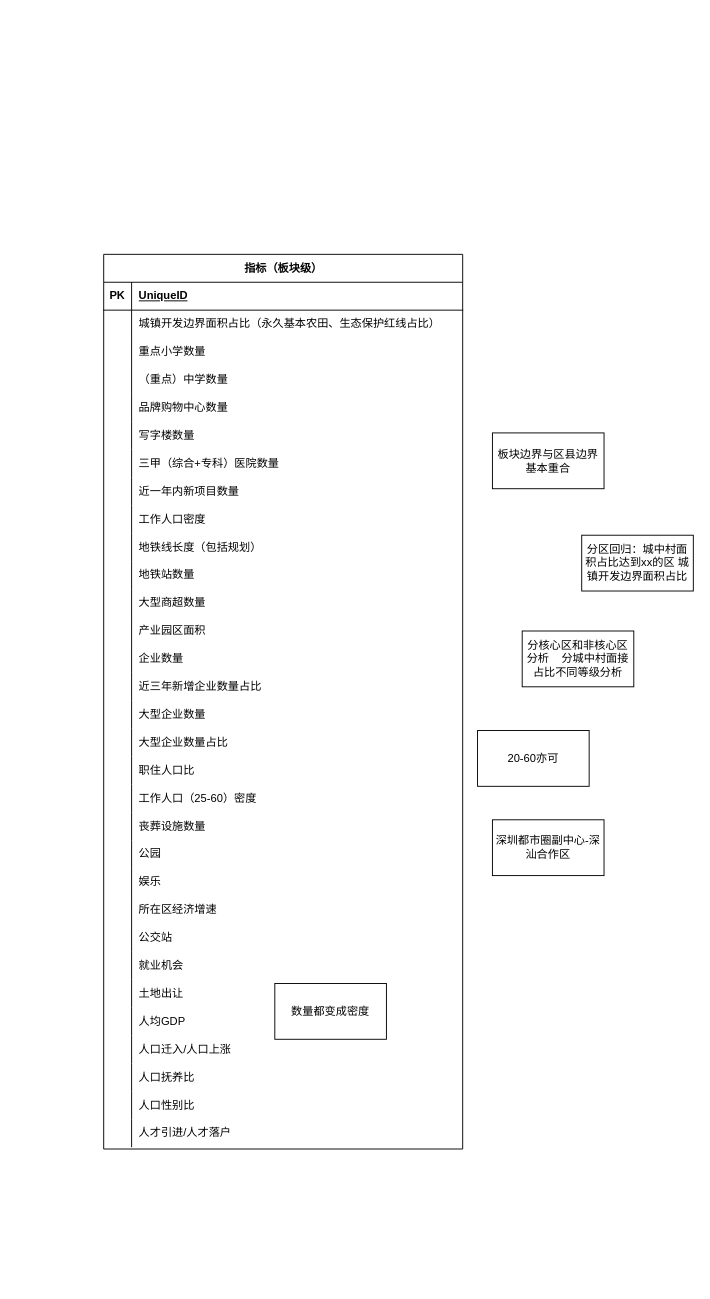
Earlier version of the draw.io diagram 未命名绘图.drawio (Claudi-cy/Shenzhen_real-estate). Source tidied: cells renumbered, new cells numbered last; positions are measured from the earlier drawing's top-left corner, leaving out a move shared by most shapes. Both pictures are drawn from the tidied source at 93%, with x=0, y=0 at pixel (103, 254).
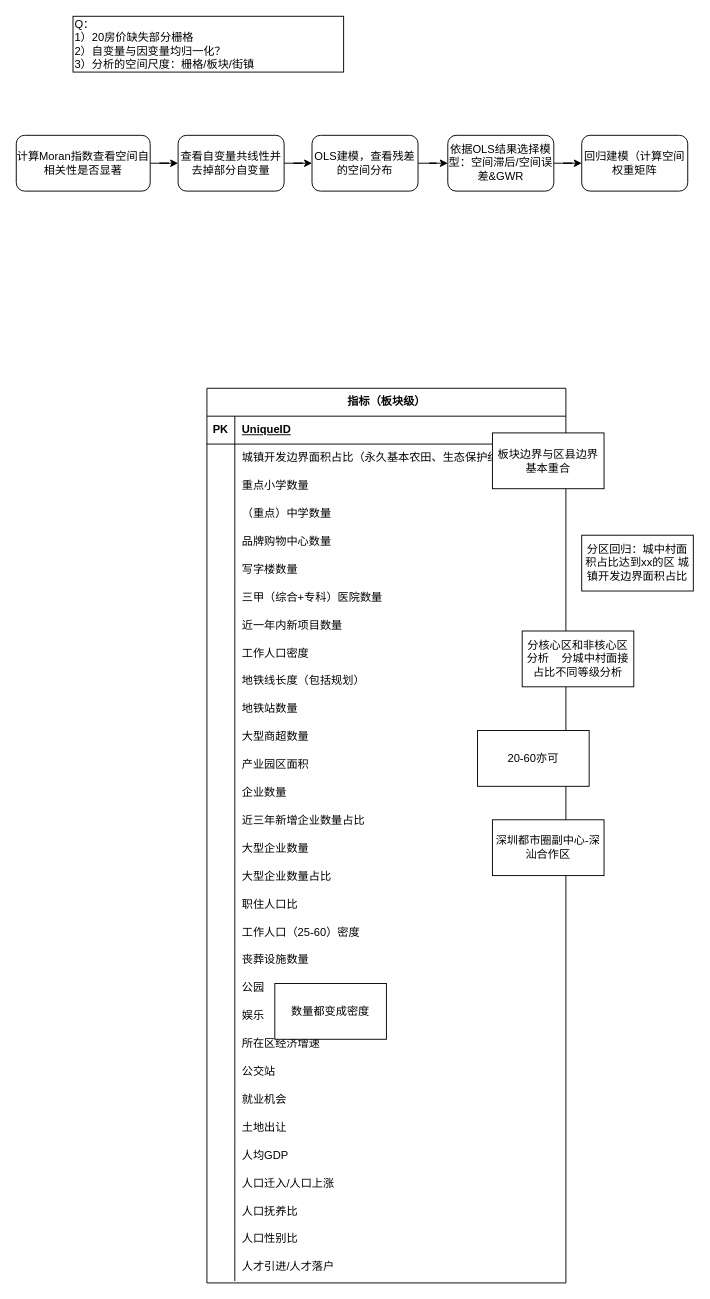
The same page after the edit.

Commit message:
更新未命名绘图.drawio

What changed in the source:
```diff
@@
     <mxCell id="2" value="指标（板块级）" style="shape=table;startSize=30;childLayout=tableLayout;rowLines=0;fontStyle=1;align=center;html=1;" parent="1" vertex="1">
-      <mxGeometry width="386" height="962" as="geometry" />
+      <mxGeometry x="111" y="144" width="386" height="962" as="geometry" />
     </mxCell>
@@
+    <mxCell id="102" style="edgeStyle=orthogonalEdgeStyle;rounded=0;jettySize=auto;html=1;" parent="1" edge="1" source="103" target="105">
+      <mxGeometry relative="1" as="geometry" />
+    </mxCell>
+    <mxCell id="103" value="计算Moran指数查看空间自相关性是否显著" style="rounded=1;whiteSpace=wrap;html=1;" parent="1" vertex="1">
+      <mxGeometry x="-94" y="-128" width="144" height="60" as="geometry" />
+    </mxCell>
+    <mxCell id="104" style="edgeStyle=orthogonalEdgeStyle;rounded=0;jettySize=auto;html=1;" parent="1" edge="1" source="105" target="108">
+      <mxGeometry relative="1" as="geometry" />
+    </mxCell>
+    <mxCell id="105" value="查看自变量共线性并去掉部分自变量" style="rounded=1;whiteSpace=wrap;html=1;" parent="1" vertex="1">
+      <mxGeometry x="80" y="-128" width="114" height="60" as="geometry" />
+    </mxCell>
+    <mxCell id="106" value="Q：&lt;br&gt;1）20房价缺失部分栅格&lt;br&gt;2）自变量与因变量均归一化？&lt;br&gt;3）分析的空间尺度：栅格/板块/街镇" style="rounded=0;whiteSpace=wrap;html=1;align=left;" parent="1" vertex="1">
+      <mxGeometry x="-33" y="-256" width="291" height="60" as="geometry" />
+    </mxCell>
+    <mxCell id="107" style="edgeStyle=orthogonalEdgeStyle;rounded=0;jettySize=auto;html=1;" parent="1" edge="1" source="108" target="110">
+      <mxGeometry relative="1" as="geometry" />
+    </mxCell>
+    <mxCell id="108" value="OLS建模，查看残差的空间分布" style="rounded=1;whiteSpace=wrap;html=1;" parent="1" vertex="1">
+      <mxGeometry x="224" y="-128" width="114" height="60" as="geometry" />
+    </mxCell>
+    <mxCell id="109" style="edgeStyle=orthogonalEdgeStyle;rounded=0;jettySize=auto;html=1;" parent="1" edge="1" source="110" target="111">
+      <mxGeometry relative="1" as="geometry" />
+    </mxCell>
+    <mxCell id="110" value="依据OLS结果选择模型：空间滞后/空间误差&amp;amp;GWR" style="rounded=1;whiteSpace=wrap;html=1;" parent="1" vertex="1">
+      <mxGeometry x="370" y="-128" width="114" height="60" as="geometry" />
+    </mxCell>
+    <mxCell id="111" value="回归建模（计算空间权重矩阵" style="rounded=1;whiteSpace=wrap;html=1;" parent="1" vertex="1">
+      <mxGeometry x="514" y="-128" width="114" height="60" as="geometry" />
+    </mxCell>
```
